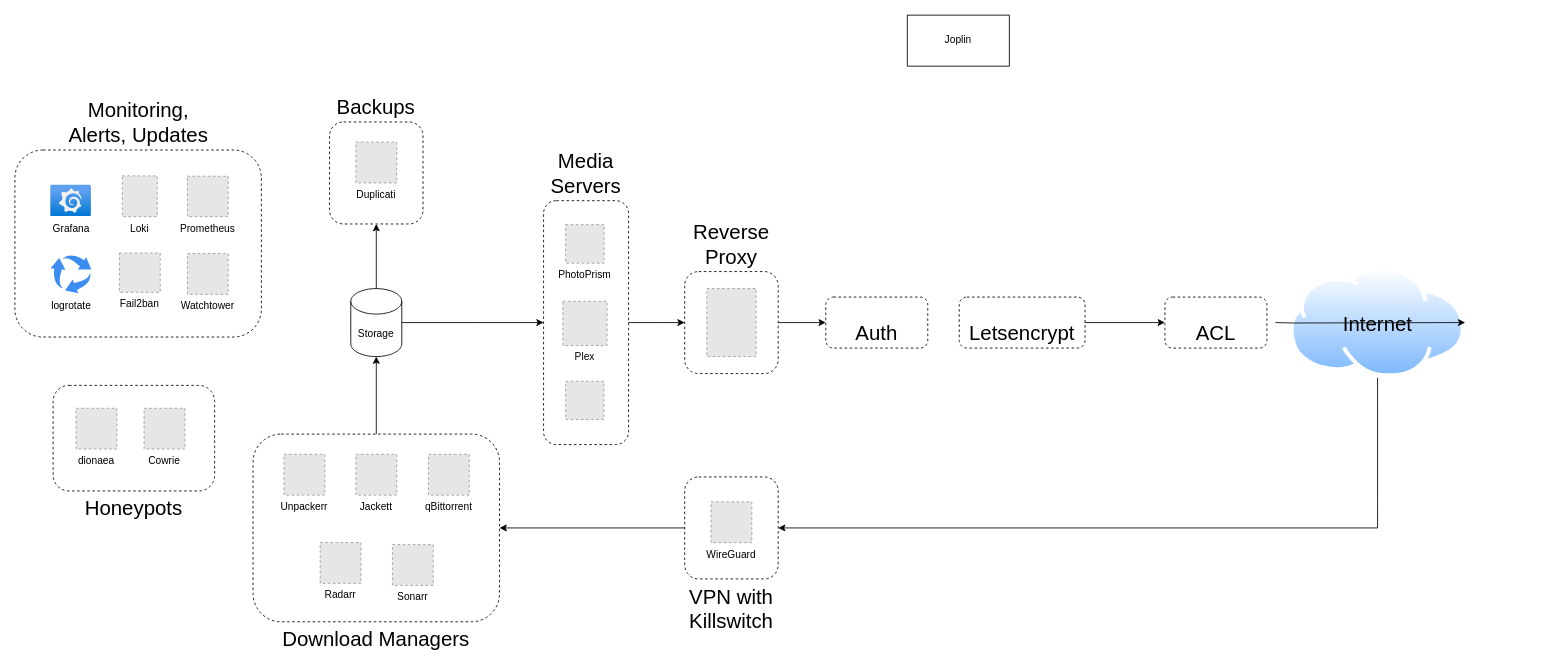
The draw.io diagram assets/diagram.drawio in klack/klack.cloud, before the edit. Source tidied: cells renumbered, new cells numbered last; positions are measured from the earlier drawing's top-left corner, leaving out a move shared by most shapes. Both pictures are drawn from the tidied source at 85%, with x=0, y=0 at pixel (14, 14). Pictures stored in the file or linked from it are replaced by grey dashed boxes.
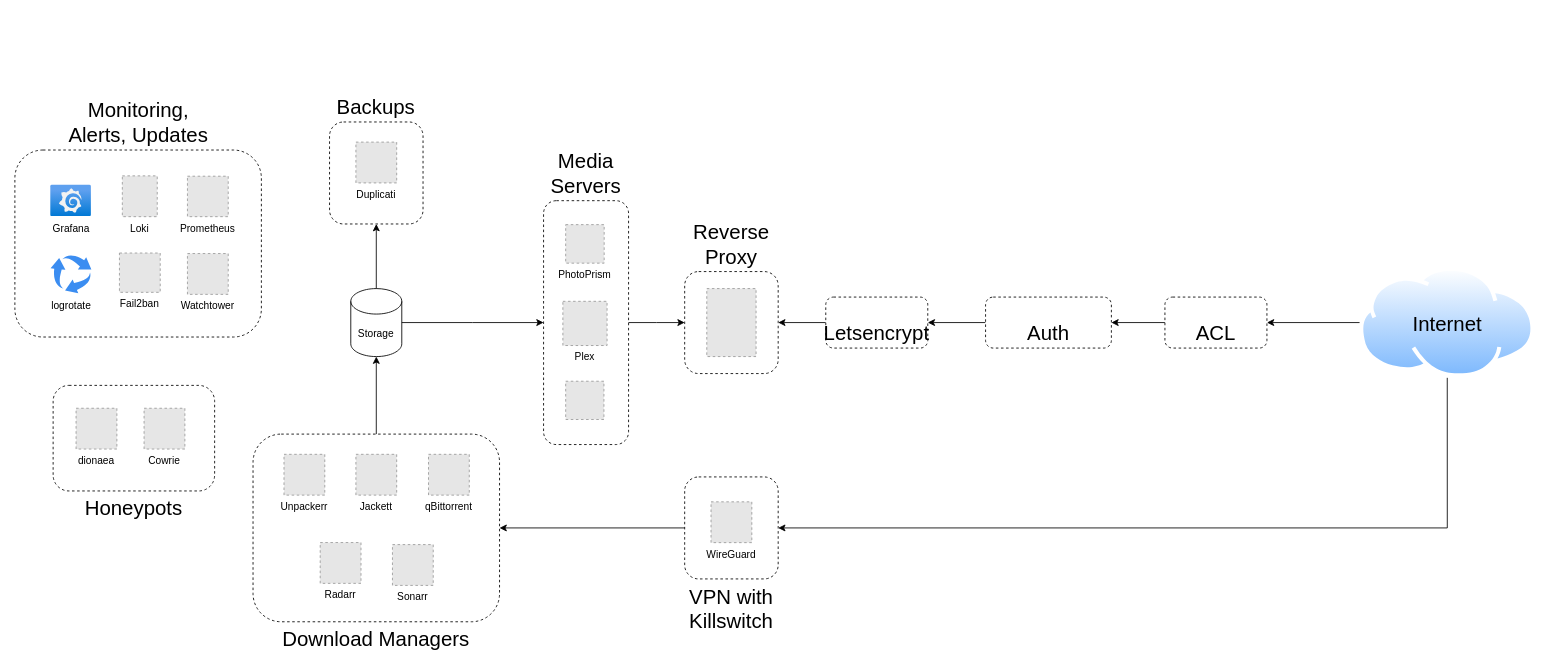
The same diagram, later.

The change refers to these unchanged cells:
```xml
<mxCell id="28" value="Reverse Proxy" style="rounded=1;whiteSpace=wrap;html=1;dashed=1;labelPosition=center;verticalLabelPosition=top;align=center;verticalAlign=bottom;fontSize=24;" parent="1" vertex="1">
  <mxGeometry x="788" y="302" width="110" height="120" as="geometry" />
</mxCell>
<mxCell id="42" value="ACL" style="whiteSpace=wrap;html=1;fontSize=24;verticalAlign=bottom;rounded=1;dashed=1;" parent="1" vertex="1">
  <mxGeometry x="1353" y="332" width="120" height="60" as="geometry" />
</mxCell>
```

The edit, as a diff of the source:
```diff
@@
     <mxCell id="9" value="Internet" style="image;perimeter=ellipsePerimeter;html=1;align=center;shadow=0;dashed=0;spacingTop=3;image=img/lib/active_directory/internet_cloud.svg;labelPosition=center;verticalLabelPosition=middle;verticalAlign=middle;labelBackgroundColor=none;fontColor=#000000;fontSize=24;" parent="1" vertex="1">
-      <mxGeometry x="1500" y="297" width="206.3" height="130" as="geometry" />
+      <mxGeometry x="1582" y="297" width="206.3" height="130" as="geometry" />
     </mxCell>
@@
-    <mxCell id="27" style="edgeStyle=orthogonalEdgeStyle;rounded=0;jettySize=auto;html=1;" parent="1" edge="1" source="28" target="41">
-      <mxGeometry relative="1" as="geometry" />
-    </mxCell>
+    <mxCell id="44" style="edgeStyle=orthogonalEdgeStyle;rounded=0;jettySize=auto;html=1;" parent="1" edge="1" source="41" target="28">
+      <mxGeometry relative="1" as="geometry" />
+    </mxCell>
@@
-    <mxCell id="38" style="edgeStyle=orthogonalEdgeStyle;rounded=0;jettySize=auto;html=1;" parent="1" edge="1" target="9">
-      <mxGeometry relative="1" as="geometry">
-        <mxPoint x="1483" y="362" as="sourcePoint" />
-      </mxGeometry>
+    <mxCell id="38" style="edgeStyle=orthogonalEdgeStyle;rounded=0;jettySize=auto;html=1;entryX=1;entryY=0.5;entryDx=0;entryDy=0;" parent="1" edge="1" source="9" target="42">
+      <mxGeometry relative="1" as="geometry" />
     </mxCell>
-    <mxCell id="39" style="edgeStyle=orthogonalEdgeStyle;rounded=0;jettySize=auto;html=1;" parent="1" edge="1" source="40" target="42">
+    <mxCell id="39" style="edgeStyle=orthogonalEdgeStyle;rounded=0;jettySize=auto;html=1;" parent="1" edge="1" source="42" target="40">
       <mxGeometry relative="1" as="geometry" />
     </mxCell>
+    <mxCell id="45" style="edgeStyle=orthogonalEdgeStyle;rounded=0;jettySize=auto;html=1;" parent="1" edge="1" source="40" target="41">
+      <mxGeometry relative="1" as="geometry" />
+    </mxCell>
-    <mxCell id="40" value="Letsencrypt" style="whiteSpace=wrap;html=1;fontSize=24;verticalAlign=bottom;rounded=1;dashed=1;" parent="1" vertex="1">
-      <mxGeometry x="1111" y="332" width="148" height="60" as="geometry" />
+    <mxCell id="40" value="Auth" style="whiteSpace=wrap;html=1;fontSize=24;verticalAlign=bottom;rounded=1;dashed=1;" parent="1" vertex="1">
+      <mxGeometry x="1142" y="332" width="148" height="60" as="geometry" />
     </mxCell>
-    <mxCell id="41" value="Auth" style="rounded=1;whiteSpace=wrap;html=1;fontSize=24;verticalAlign=bottom;dashed=1;" parent="1" vertex="1">
+    <mxCell id="41" value="Letsencrypt" style="rounded=1;whiteSpace=wrap;html=1;fontSize=24;verticalAlign=bottom;dashed=1;" parent="1" vertex="1">
       <mxGeometry x="954" y="332" width="120" height="60" as="geometry" />
     </mxCell>
@@
-    <mxCell id="43" value="Joplin" style="whiteSpace=wrap;html=1;" parent="1" vertex="1">
-      <mxGeometry x="1049.9" y="0.3" width="120" height="60" as="geometry" />
-    </mxCell>
```
